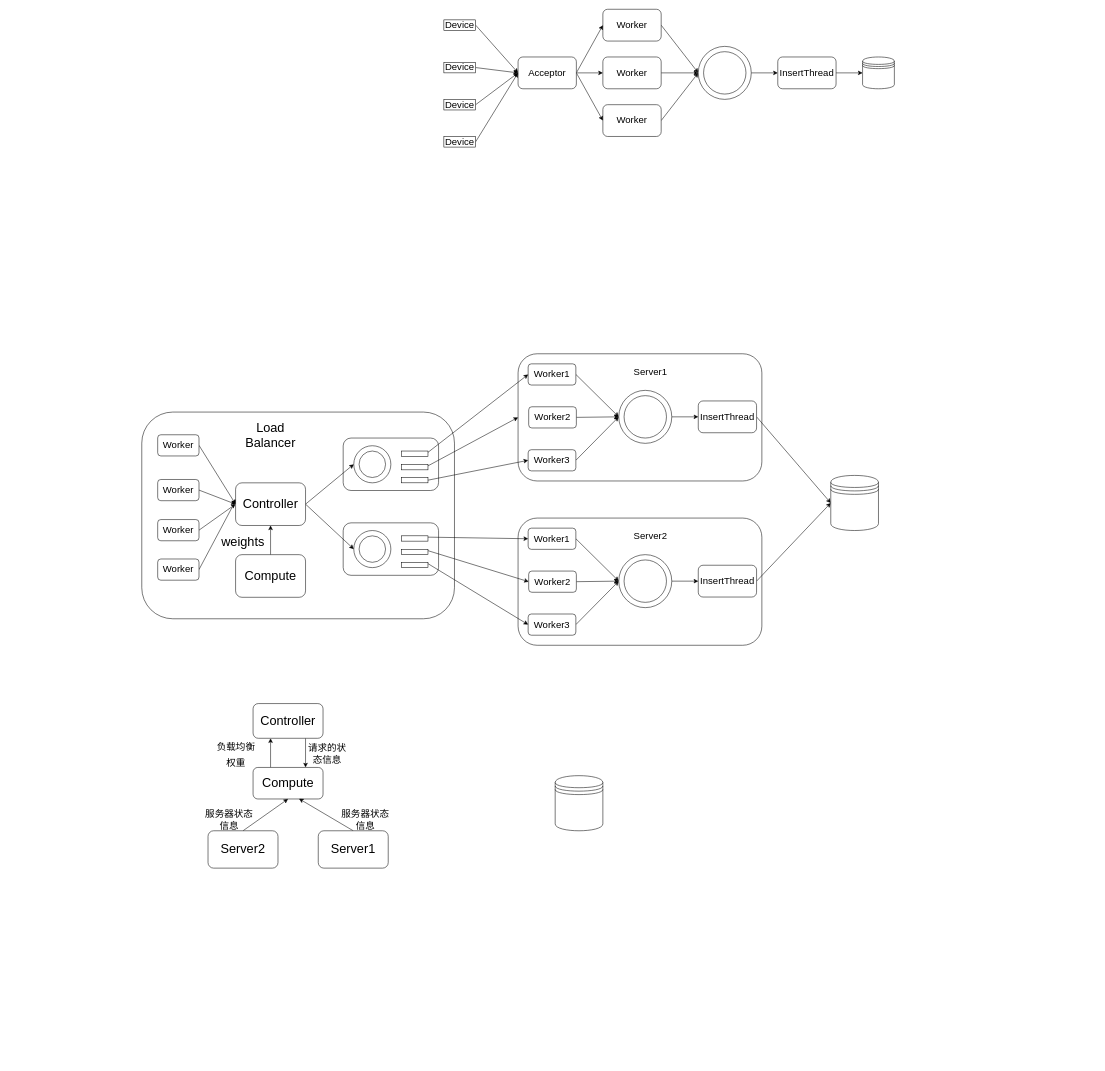
The draw.io diagram 未命名绘图.drawio in zhaoning999/notes, before the edit. Source tidied: cells renumbered, new cells numbered last; positions are measured from the earlier drawing's top-left corner, leaving out a move shared by most shapes. Both pictures are drawn from the tidied source at 53%, with x=0, y=0 at pixel (142, 9).
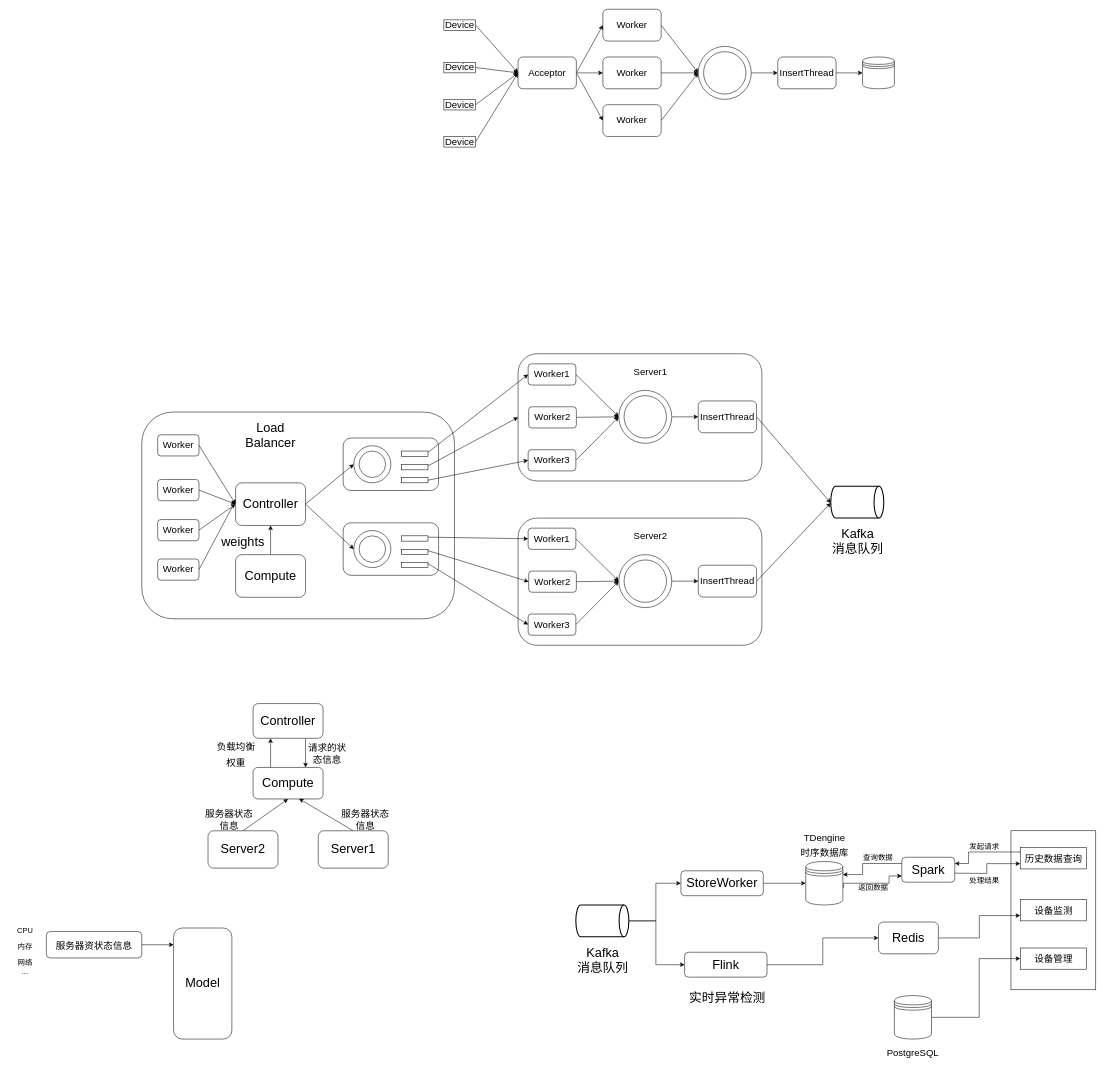
The same page after the edit.

Commit message (it also covers changes not shown here):
更新未命名绘图.drawio

Unchanged cells that the change refers to:
```xml
<mxCell id="35" value="&lt;font style=&quot;font-size: 18px;&quot;&gt;InsertThread&lt;/font&gt;" style="rounded=1;whiteSpace=wrap;html=1;" parent="1" vertex="1">
  <mxGeometry x="1050" y="739" width="110" height="60" as="geometry" />
</mxCell>
<mxCell id="48" value="&lt;font style=&quot;font-size: 18px;&quot;&gt;InsertThread&lt;/font&gt;" style="rounded=1;whiteSpace=wrap;html=1;" parent="1" vertex="1">
  <mxGeometry x="1050" y="1049" width="110" height="60" as="geometry" />
</mxCell>
```

The edit, as a diff of the source:
```diff
@@
+    <mxCell id="100" style="rounded=0;whiteSpace=wrap;html=1;fontSize=24;" parent="1" vertex="1">
+      <mxGeometry x="1640" y="1550" width="160" height="300" as="geometry" />
+    </mxCell>
@@
-    <mxCell id="34" style="edgeStyle=none;rounded=0;jettySize=auto;html=1;exitX=1;exitY=0.5;exitDx=0;exitDy=0;entryX=0;entryY=0.5;entryDx=0;entryDy=0;fontSize=24;" parent="1" edge="1" source="35" target="83">
-      <mxGeometry relative="1" as="geometry" />
+    <mxCell id="34" style="edgeStyle=none;rounded=0;jettySize=auto;html=1;exitX=1;exitY=0.5;exitDx=0;exitDy=0;entryX=0;entryY=0.5;entryDx=0;entryDy=0;fontSize=24;" parent="1" edge="1" source="35">
+      <mxGeometry relative="1" as="geometry">
+        <mxPoint x="1300" y="931.5" as="targetPoint" />
+      </mxGeometry>
     </mxCell>
@@
-    <mxCell id="47" style="edgeStyle=none;rounded=0;jettySize=auto;html=1;exitX=1;exitY=0.5;exitDx=0;exitDy=0;entryX=0;entryY=0.5;entryDx=0;entryDy=0;fontSize=24;" parent="1" edge="1" source="48" target="83">
-      <mxGeometry relative="1" as="geometry" />
+    <mxCell id="47" style="edgeStyle=none;rounded=0;jettySize=auto;html=1;exitX=1;exitY=0.5;exitDx=0;exitDy=0;entryX=0;entryY=0.5;entryDx=0;entryDy=0;fontSize=24;" parent="1" edge="1" source="48">
+      <mxGeometry relative="1" as="geometry">
+        <mxPoint x="1300" y="931.5" as="targetPoint" />
+      </mxGeometry>
     </mxCell>
@@
-    <mxCell id="83" style="shape=datastore;whiteSpace=wrap;html=1;fontSize=18;" parent="1" vertex="1">
-      <mxGeometry x="1300" y="879.5" width="90" height="104" as="geometry" />
-    </mxCell>
@@
-    <mxCell id="99" style="shape=datastore;whiteSpace=wrap;html=1;fontSize=18;" parent="1" vertex="1">
-      <mxGeometry x="780" y="1446" width="90" height="104" as="geometry" />
-    </mxCell>
+    <mxCell id="101" style="edgeStyle=orthogonalEdgeStyle;rounded=0;jettySize=auto;html=1;exitX=1.019;exitY=0.607;exitDx=0;exitDy=0;entryX=0;entryY=0.75;entryDx=0;entryDy=0;fontSize=18;exitPerimeter=0;" parent="1" edge="1" source="102" target="119">
+      <mxGeometry relative="1" as="geometry">
+        <Array as="points">
+          <mxPoint x="1410" y="1649" />
+          <mxPoint x="1410" y="1635" />
+        </Array>
+      </mxGeometry>
+    </mxCell>
+    <mxCell id="102" style="shape=datastore;whiteSpace=wrap;html=1;fontSize=18;" parent="1" vertex="1">
+      <mxGeometry x="1252.8" y="1608" width="70" height="82" as="geometry" />
+    </mxCell>
+    <mxCell id="103" style="edgeStyle=elbowEdgeStyle;rounded=0;jettySize=auto;html=1;exitX=1;exitY=0.5;exitDx=0;exitDy=0;exitPerimeter=0;entryX=0;entryY=0.5;entryDx=0;entryDy=0;fontSize=24;" parent="1" edge="1" source="105" target="108">
+      <mxGeometry relative="1" as="geometry">
+        <Array as="points">
+          <mxPoint x="970" y="1680" />
+        </Array>
+      </mxGeometry>
+    </mxCell>
+    <mxCell id="104" style="edgeStyle=orthogonalEdgeStyle;rounded=0;jettySize=auto;html=1;exitX=1;exitY=0.5;exitDx=0;exitDy=0;exitPerimeter=0;entryX=0;entryY=0.5;entryDx=0;entryDy=0;fontSize=24;" parent="1" edge="1" source="105" target="111">
+      <mxGeometry relative="1" as="geometry">
+        <Array as="points">
+          <mxPoint x="970" y="1720" />
+          <mxPoint x="970" y="1803" />
+        </Array>
+      </mxGeometry>
+    </mxCell>
+    <mxCell id="105" style="strokeWidth=2;html=1;shape=mxgraph.flowchart.direct_data;whiteSpace=wrap;fontSize=24;" parent="1" vertex="1">
+      <mxGeometry x="819" y="1690" width="100" height="60" as="geometry" />
+    </mxCell>
+    <mxCell id="106" value="Kafka&lt;br&gt;消息队列" style="text;html=1;strokeColor=none;fillColor=none;align=center;verticalAlign=middle;whiteSpace=wrap;rounded=0;fontSize=24;" parent="1" vertex="1">
+      <mxGeometry x="820" y="1779.2" width="100" height="30" as="geometry" />
+    </mxCell>
+    <mxCell id="107" style="rounded=0;jettySize=auto;html=1;exitX=1;exitY=0.5;exitDx=0;exitDy=0;entryX=0;entryY=0.5;entryDx=0;entryDy=0;fontSize=24;" parent="1" edge="1" source="108" target="102">
+      <mxGeometry relative="1" as="geometry" />
+    </mxCell>
+    <mxCell id="108" value="StoreWorker" style="rounded=1;whiteSpace=wrap;html=1;fontSize=24;" parent="1" vertex="1">
+      <mxGeometry x="1017.2" y="1625.5" width="155.5" height="47" as="geometry" />
+    </mxCell>
+    <mxCell id="109" value="&lt;font style=&quot;font-size: 18px;&quot;&gt;TDengine&lt;br&gt;时序数据库&lt;/font&gt;" style="text;html=1;strokeColor=none;fillColor=none;align=center;verticalAlign=middle;whiteSpace=wrap;rounded=0;fontSize=24;" parent="1" vertex="1">
+      <mxGeometry x="1226.5" y="1555" width="123" height="40" as="geometry" />
+    </mxCell>
+    <mxCell id="110" style="edgeStyle=orthogonalEdgeStyle;rounded=0;jettySize=auto;html=1;exitX=1;exitY=0.5;exitDx=0;exitDy=0;entryX=0;entryY=0.5;entryDx=0;entryDy=0;fontSize=24;" parent="1" edge="1" source="111" target="114">
+      <mxGeometry relative="1" as="geometry" />
+    </mxCell>
+    <mxCell id="111" value="Flink" style="rounded=1;whiteSpace=wrap;html=1;fontSize=24;" parent="1" vertex="1">
+      <mxGeometry x="1024.2" y="1779.2" width="155.5" height="47" as="geometry" />
+    </mxCell>
+    <mxCell id="112" value="&lt;font style=&quot;font-size: 24px;&quot;&gt;实时异常检测&lt;/font&gt;" style="text;html=1;strokeColor=none;fillColor=none;align=center;verticalAlign=middle;whiteSpace=wrap;rounded=0;fontSize=24;" parent="1" vertex="1">
+      <mxGeometry x="1030" y="1850" width="150" height="30" as="geometry" />
+    </mxCell>
+    <mxCell id="113" style="edgeStyle=orthogonalEdgeStyle;rounded=0;jettySize=auto;html=1;exitX=1;exitY=0.5;exitDx=0;exitDy=0;entryX=0;entryY=0.75;entryDx=0;entryDy=0;fontSize=14;" parent="1" edge="1" source="114" target="126">
+      <mxGeometry relative="1" as="geometry" />
+    </mxCell>
+    <mxCell id="114" value="Redis" style="rounded=1;whiteSpace=wrap;html=1;fontSize=24;" parent="1" vertex="1">
+      <mxGeometry x="1390" y="1722.2" width="113" height="60" as="geometry" />
+    </mxCell>
+    <mxCell id="115" style="rounded=0;jettySize=auto;html=1;exitX=0;exitY=0.25;exitDx=0;exitDy=0;entryX=1;entryY=0.25;entryDx=0;entryDy=0;fontSize=18;edgeStyle=orthogonalEdgeStyle;" parent="1" edge="1" source="116" target="119">
+      <mxGeometry relative="1" as="geometry">
+        <Array as="points">
+          <mxPoint x="1560" y="1590" />
+          <mxPoint x="1560" y="1612" />
+        </Array>
+      </mxGeometry>
+    </mxCell>
+    <mxCell id="116" value="&lt;font style=&quot;font-size: 18px;&quot;&gt;历史数据查询&lt;/font&gt;" style="rounded=0;whiteSpace=wrap;html=1;fontSize=24;" parent="1" vertex="1">
+      <mxGeometry x="1657.5" y="1582" width="125" height="40" as="geometry" />
+    </mxCell>
+    <mxCell id="117" style="edgeStyle=orthogonalEdgeStyle;rounded=0;jettySize=auto;html=1;exitX=0;exitY=0.25;exitDx=0;exitDy=0;entryX=1;entryY=0.3;entryDx=0;entryDy=0;fontSize=18;" parent="1" edge="1" source="119" target="102">
+      <mxGeometry relative="1" as="geometry">
+        <Array as="points">
+          <mxPoint x="1360" y="1612" />
+          <mxPoint x="1360" y="1633" />
+        </Array>
+      </mxGeometry>
+    </mxCell>
+    <mxCell id="118" style="edgeStyle=orthogonalEdgeStyle;rounded=0;jettySize=auto;html=1;entryX=0;entryY=0.75;entryDx=0;entryDy=0;fontSize=18;" parent="1" edge="1" target="116">
+      <mxGeometry relative="1" as="geometry">
+        <mxPoint x="1530" y="1630" as="sourcePoint" />
+      </mxGeometry>
+    </mxCell>
+    <mxCell id="119" value="Spark" style="rounded=1;whiteSpace=wrap;html=1;fontSize=24;" parent="1" vertex="1">
+      <mxGeometry x="1434" y="1600" width="100" height="47" as="geometry" />
+    </mxCell>
+    <mxCell id="120" value="&lt;font style=&quot;font-size: 14px;&quot;&gt;发起请求&lt;/font&gt;" style="text;html=1;strokeColor=none;fillColor=none;align=center;verticalAlign=middle;whiteSpace=wrap;rounded=0;fontSize=18;" parent="1" vertex="1">
+      <mxGeometry x="1550" y="1568.2" width="80" height="20" as="geometry" />
+    </mxCell>
+    <mxCell id="121" value="&lt;font style=&quot;font-size: 14px;&quot;&gt;查询数据&lt;/font&gt;" style="text;html=1;strokeColor=none;fillColor=none;align=center;verticalAlign=middle;whiteSpace=wrap;rounded=0;fontSize=18;" parent="1" vertex="1">
+      <mxGeometry x="1336.4" y="1595" width="107.2" height="10" as="geometry" />
+    </mxCell>
+    <mxCell id="122" value="&lt;font style=&quot;font-size: 14px;&quot;&gt;返回数据&lt;/font&gt;" style="text;html=1;strokeColor=none;fillColor=none;align=center;verticalAlign=middle;whiteSpace=wrap;rounded=0;fontSize=18;" parent="1" vertex="1">
+      <mxGeometry x="1326.8" y="1647" width="107.2" height="20" as="geometry" />
+    </mxCell>
+    <mxCell id="123" value="&lt;font style=&quot;font-size: 14px;&quot;&gt;处理结果&lt;/font&gt;" style="text;html=1;strokeColor=none;fillColor=none;align=center;verticalAlign=middle;whiteSpace=wrap;rounded=0;fontSize=18;" parent="1" vertex="1">
+      <mxGeometry x="1550" y="1632.5" width="80" height="20" as="geometry" />
+    </mxCell>
+    <mxCell id="124" style="edgeStyle=orthogonalEdgeStyle;rounded=0;jettySize=auto;html=1;exitX=1;exitY=0.5;exitDx=0;exitDy=0;entryX=0;entryY=0.5;entryDx=0;entryDy=0;fontSize=18;" parent="1" edge="1" source="125" target="127">
+      <mxGeometry relative="1" as="geometry">
+        <Array as="points">
+          <mxPoint x="1580" y="1902" />
+          <mxPoint x="1580" y="1791" />
+        </Array>
+      </mxGeometry>
+    </mxCell>
+    <mxCell id="125" style="shape=datastore;whiteSpace=wrap;html=1;fontSize=18;" parent="1" vertex="1">
+      <mxGeometry x="1420" y="1861" width="70" height="82" as="geometry" />
+    </mxCell>
+    <mxCell id="126" value="&lt;span style=&quot;font-size: 18px;&quot;&gt;设备监测&lt;/span&gt;" style="rounded=0;whiteSpace=wrap;html=1;fontSize=24;" parent="1" vertex="1">
+      <mxGeometry x="1657.5" y="1680" width="125" height="40" as="geometry" />
+    </mxCell>
+    <mxCell id="127" value="&lt;span style=&quot;font-size: 18px;&quot;&gt;设备管理&lt;/span&gt;" style="rounded=0;whiteSpace=wrap;html=1;fontSize=24;" parent="1" vertex="1">
+      <mxGeometry x="1657.5" y="1771.2" width="125" height="40" as="geometry" />
+    </mxCell>
+    <mxCell id="128" value="&lt;font style=&quot;font-size: 18px;&quot;&gt;PostgreSQL&lt;/font&gt;" style="text;html=1;strokeColor=none;fillColor=none;align=center;verticalAlign=middle;whiteSpace=wrap;rounded=0;fontSize=14;" parent="1" vertex="1">
+      <mxGeometry x="1420" y="1955" width="70" height="30" as="geometry" />
+    </mxCell>
+    <mxCell id="129" style="strokeWidth=2;html=1;shape=mxgraph.flowchart.direct_data;whiteSpace=wrap;fontSize=24;" parent="1" vertex="1">
+      <mxGeometry x="1300" y="899.8" width="100" height="60" as="geometry" />
+    </mxCell>
+    <mxCell id="130" value="Kafka&lt;br&gt;消息队列" style="text;html=1;strokeColor=none;fillColor=none;align=center;verticalAlign=middle;whiteSpace=wrap;rounded=0;fontSize=24;" parent="1" vertex="1">
+      <mxGeometry x="1301" y="989" width="100" height="30" as="geometry" />
+    </mxCell>
+    <mxCell id="131" value="Model" style="rounded=1;whiteSpace=wrap;html=1;fontSize=24;" parent="1" vertex="1">
+      <mxGeometry x="60" y="1733.5" width="110" height="209.5" as="geometry" />
+    </mxCell>
+    <mxCell id="132" style="rounded=0;jettySize=auto;html=1;exitX=1;exitY=0.5;exitDx=0;exitDy=0;fontSize=14;" parent="1" edge="1" source="133">
+      <mxGeometry relative="1" as="geometry">
+        <mxPoint x="60" y="1765" as="targetPoint" />
+      </mxGeometry>
+    </mxCell>
+    <mxCell id="133" value="&lt;font style=&quot;font-size: 18px;&quot;&gt;服务器资状态信息&lt;/font&gt;" style="rounded=1;whiteSpace=wrap;html=1;fontSize=24;" parent="1" vertex="1">
+      <mxGeometry x="-180" y="1740" width="180" height="50" as="geometry" />
+    </mxCell>
+    <mxCell id="134" value="&lt;font style=&quot;font-size: 14px;&quot;&gt;CPU&lt;/font&gt;" style="text;html=1;strokeColor=none;fillColor=none;align=center;verticalAlign=middle;whiteSpace=wrap;rounded=0;fontSize=18;" parent="1" vertex="1">
+      <mxGeometry x="-250" y="1722.2" width="60" height="30" as="geometry" />
+    </mxCell>
+    <mxCell id="135" value="&lt;font style=&quot;font-size: 14px;&quot;&gt;内存&lt;/font&gt;" style="text;html=1;strokeColor=none;fillColor=none;align=center;verticalAlign=middle;whiteSpace=wrap;rounded=0;fontSize=18;" parent="1" vertex="1">
+      <mxGeometry x="-250" y="1752.2" width="60" height="30" as="geometry" />
+    </mxCell>
+    <mxCell id="136" value="&lt;font style=&quot;font-size: 14px;&quot;&gt;网络&lt;/font&gt;" style="text;html=1;strokeColor=none;fillColor=none;align=center;verticalAlign=middle;whiteSpace=wrap;rounded=0;fontSize=18;" parent="1" vertex="1">
+      <mxGeometry x="-250" y="1782.2" width="60" height="30" as="geometry" />
+    </mxCell>
+    <mxCell id="137" value="..." style="text;html=1;strokeColor=none;fillColor=none;align=center;verticalAlign=middle;whiteSpace=wrap;rounded=0;fontSize=14;" parent="1" vertex="1">
+      <mxGeometry x="-250" y="1801" width="60" height="30" as="geometry" />
+    </mxCell>
```
